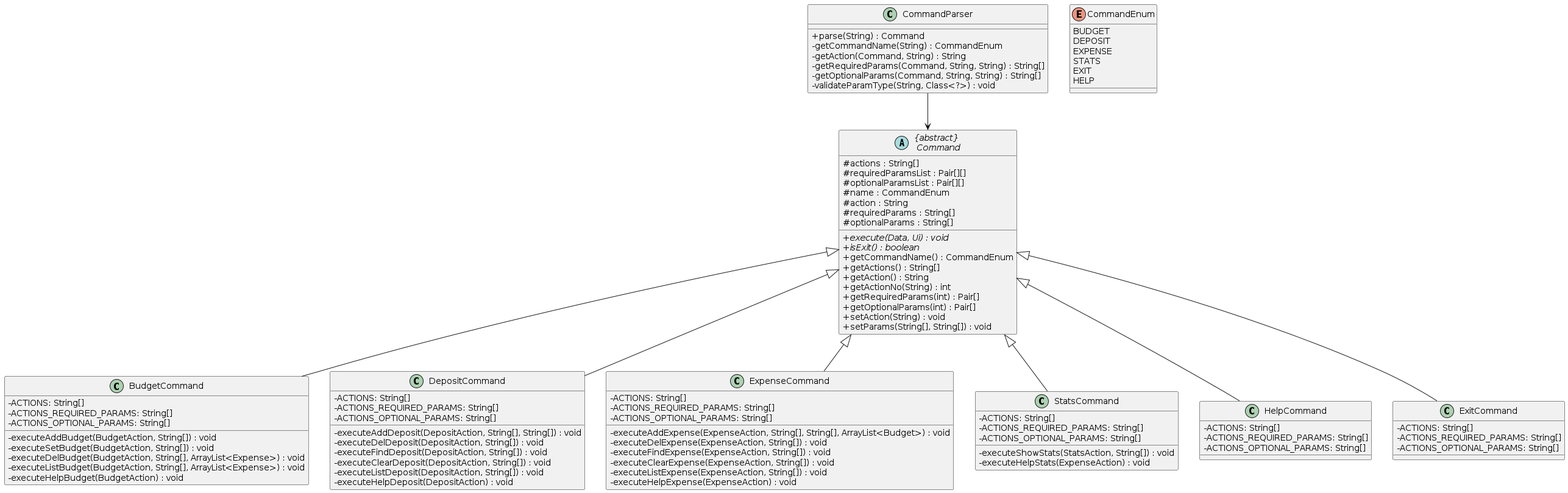
Above: docs/images/Command.png in stephenkyang/tp (PlantUML), before the change.
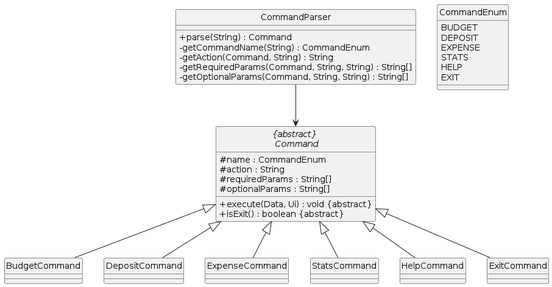
After the change.

Diff of the diagram source:
```diff
@@ -1,26 +1,16 @@
 @startuml
 hide footbox
+hide circle
 skinparam classAttributeIconSize 0
 
 abstract class "{abstract} \n Command" {
-    #actions : String[]
-    #requiredParamsList : Pair[][]
-    #optionalParamsList : Pair[][]
     #name : CommandEnum
     #action : String
     #requiredParams : String[]
     #optionalParams : String[]
 
-    +execute(Data, Ui) : void {abstract}
-    +isExit() : boolean {abstract}
-    +getCommandName() : CommandEnum
-    +getActions() : String[]
-    +getAction() : String
-    +getActionNo(String) : int
-    +getRequiredParams(int) : Pair[]
-    +getOptionalParams(int) : Pair[]
-    +setAction(String) : void
-    +setParams(String[], String[]) : void
+    +execute(Data, Ui) : void &#123;abstract&#125;
+    +isExit() : boolean &#123;abstract&#125;
 }
 
 enum CommandEnum {
@@ -28,8 +18,8 @@
     DEPOSIT
     EXPENSE
     STATS
+    HELP
     EXIT
-    HELP
 }
 
 class CommandParser {
@@ -38,68 +28,26 @@
     -getAction(Command, String) : String
     -getRequiredParams(Command, String, String) : String[]
     -getOptionalParams(Command, String, String) : String[]
-    -validateParamType(String, Class<?>) : void
 }
 
 CommandParser --> "{abstract} \n Command"
 
 class BudgetCommand {
-    -ACTIONS: String[]
-    -ACTIONS_REQUIRED_PARAMS: String[]
-    -ACTIONS_OPTIONAL_PARAMS: String[]
-
-    -executeAddBudget(BudgetAction, String[]) : void
-    -executeSetBudget(BudgetAction, String[]) : void
-    -executeDelBudget(BudgetAction, String[], ArrayList<Expense>) : void
-    -executeListBudget(BudgetAction, String[], ArrayList<Expense>) : void
-    -executeHelpBudget(BudgetAction) : void
 }
 
 class DepositCommand {
-    -ACTIONS: String[]
-    -ACTIONS_REQUIRED_PARAMS: String[]
-    -ACTIONS_OPTIONAL_PARAMS: String[]
-
-    -executeAddDeposit(DepositAction, String[], String[]) : void
-    -executeDelDeposit(DepositAction, String[]) : void
-    -executeFindDeposit(DepositAction, String[]) : void
-    -executeClearDeposit(DepositAction, String[]) : void
-    -executeListDeposit(DepositAction, String[]) : void
-    -executeHelpDeposit(DepositAction) : void
 }
 
 class ExpenseCommand {
-    -ACTIONS: String[]
-    -ACTIONS_REQUIRED_PARAMS: String[]
-    -ACTIONS_OPTIONAL_PARAMS: String[]
-
-    -executeAddExpense(ExpenseAction, String[], String[], ArrayList<Budget>) : void
-    -executeDelExpense(ExpenseAction, String[]) : void
-    -executeFindExpense(ExpenseAction, String[]) : void
-    -executeClearExpense(ExpenseAction, String[]) : void
-    -executeListExpense(ExpenseAction, String[]) : void
-    -executeHelpExpense(ExpenseAction) : void
 }
 
 class StatsCommand {
-    -ACTIONS: String[]
-    -ACTIONS_REQUIRED_PARAMS: String[]
-    -ACTIONS_OPTIONAL_PARAMS: String[]
-
-    -executeShowStats(StatsAction, String[]) : void
-    -executeHelpStats(ExpenseAction) : void
 }
 
 class HelpCommand {
-    -ACTIONS: String[]
-    -ACTIONS_REQUIRED_PARAMS: String[]
-    -ACTIONS_OPTIONAL_PARAMS: String[]
 }
 
 class ExitCommand {
-    -ACTIONS: String[]
-    -ACTIONS_REQUIRED_PARAMS: String[]
-    -ACTIONS_OPTIONAL_PARAMS: String[]
 }
 
 "{abstract} \n Command" <|-- BudgetCommand
@@ -108,5 +56,4 @@
 "{abstract} \n Command" <|-- StatsCommand
 "{abstract} \n Command" <|-- ExitCommand
 "{abstract} \n Command" <|-- HelpCommand
-
 @enduml
```
